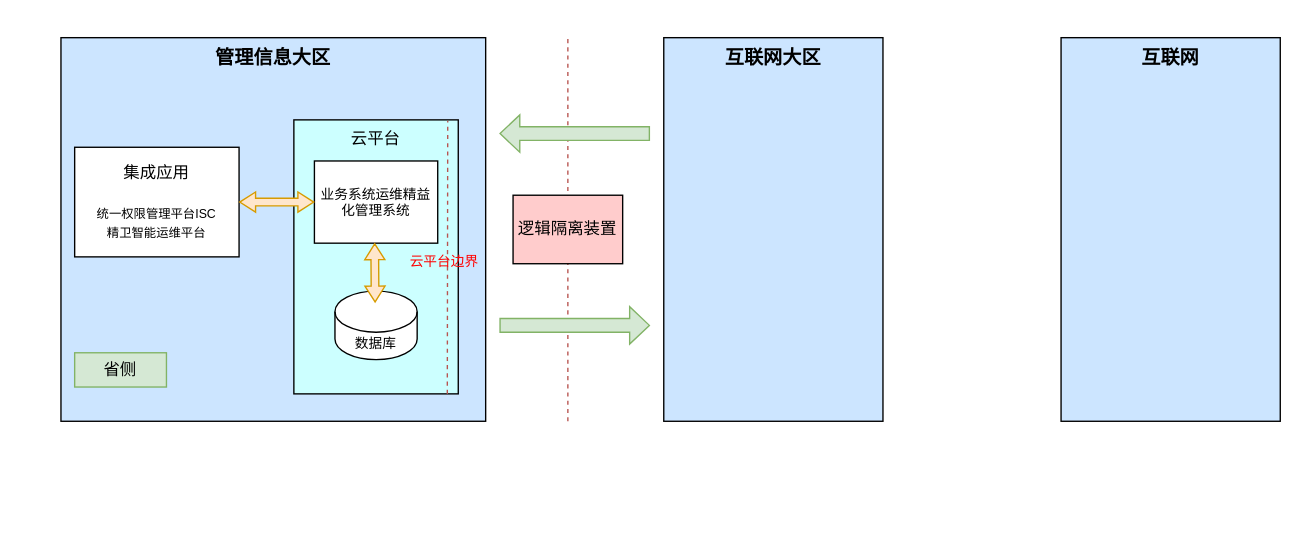
Before: 运维精益化部署架构图.drawio in diaosinanshen/draw, a draw.io diagram. Source tidied: cells renumbered, new cells numbered last; positions are measured from the earlier drawing's top-left corner, leaving out a move shared by most shapes. Both pictures are drawn from the tidied source at 137%, with x=0, y=0 at pixel (60, 37).
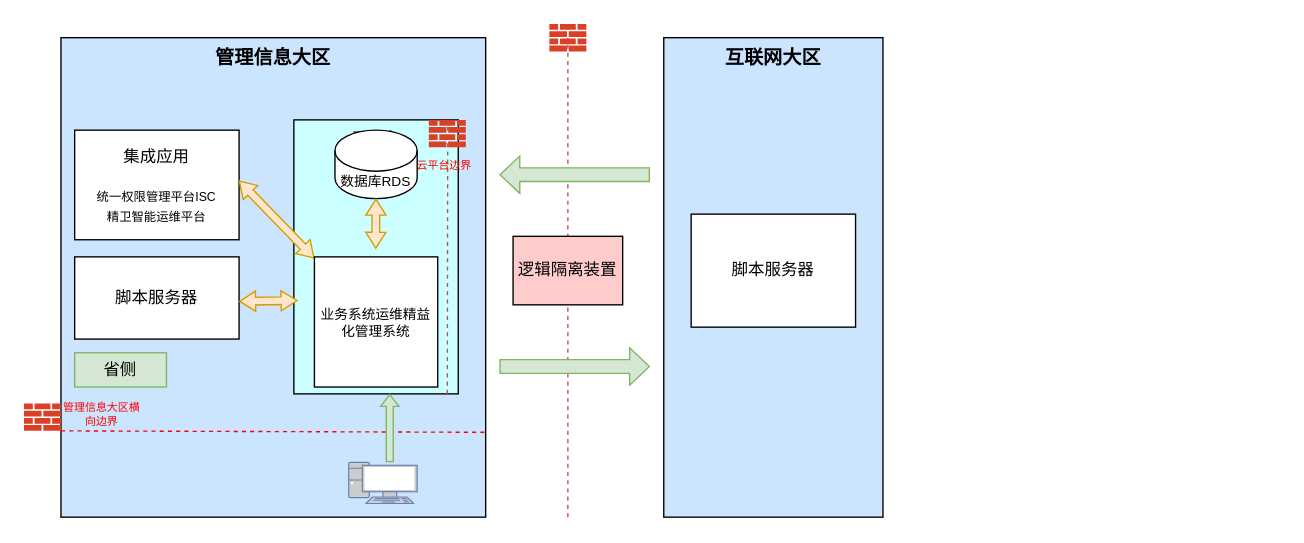
The same diagram, later.

Commit message (it also covers changes not shown here):
更新运维精益化部署架构图.drawio

Unchanged cells that the change refers to:
```xml
<mxCell id="9" value="云平台" style="rounded=0;whiteSpace=wrap;html=1;verticalAlign=top;fillColor=#CCFFFF;" parent="1" vertex="1">
  <mxGeometry x="170" y="60" width="120" height="200" as="geometry" />
</mxCell>
```

Change to the diagram source:
```diff
@@
     <mxCell id="2" style="endArrow=none;dashed=1;html=1;rounded=0;fillColor=#f8cecc;strokeColor=#b85450;" parent="1" edge="1">
       <mxGeometry relative="1" as="geometry">
-        <mxPoint x="370" y="280" as="sourcePoint" />
+        <mxPoint x="370" y="350" as="sourcePoint" />
         <mxPoint x="370" as="targetPoint" />
       </mxGeometry>
     </mxCell>
     <mxCell id="3" value="管理信息大区" style="rounded=0;whiteSpace=wrap;html=1;verticalAlign=top;fillColor=#CCE5FF;fontSize=14;fontStyle=1;" parent="1" vertex="1">
-      <mxGeometry width="310" height="280" as="geometry" />
+      <mxGeometry width="310" height="350" as="geometry" />
     </mxCell>
     <mxCell id="4" value="互联网大区" style="rounded=0;whiteSpace=wrap;html=1;fillColor=#CCE5FF;verticalAlign=top;fontSize=14;fontStyle=1;" parent="1" vertex="1">
-      <mxGeometry x="440" width="160" height="280" as="geometry" />
+      <mxGeometry x="440" width="160" height="350" as="geometry" />
     </mxCell>
-    <mxCell id="5" value="互联网" style="rounded=0;whiteSpace=wrap;html=1;fillColor=#CCE5FF;verticalAlign=top;fontSize=14;fontStyle=1;" parent="1" vertex="1">
-      <mxGeometry x="730" width="160" height="280" as="geometry" />
-    </mxCell>
     <mxCell id="6" style="shape=flexArrow;endArrow=classic;html=1;rounded=0;endWidth=16.27906976744186;endSize=4.465116279069767;fillColor=#d5e8d4;strokeColor=#82b366;" parent="1" edge="1">
       <mxGeometry relative="1" as="geometry">
-        <mxPoint x="320" y="210" as="sourcePoint" />
-        <mxPoint x="430" y="210" as="targetPoint" />
+        <mxPoint x="320" y="240" as="sourcePoint" />
+        <mxPoint x="430" y="240" as="targetPoint" />
       </mxGeometry>
     </mxCell>
     <mxCell id="7" style="shape=flexArrow;endArrow=classic;html=1;rounded=0;endWidth=16.27906976744186;endSize=4.465116279069767;fillColor=#d5e8d4;strokeColor=#82b366;" parent="1" edge="1">
       <mxGeometry relative="1" as="geometry">
-        <mxPoint x="430" y="70" as="sourcePoint" />
-        <mxPoint x="320" y="70" as="targetPoint" />
+        <mxPoint x="430" y="100" as="sourcePoint" />
+        <mxPoint x="320" y="100" as="targetPoint" />
       </mxGeometry>
     </mxCell>
     <mxCell id="8" value="逻辑隔离装置" style="rounded=0;whiteSpace=wrap;html=1;fillColor=#FFCCCC;" parent="1" vertex="1">
-      <mxGeometry x="330" y="115" width="80" height="50" as="geometry" />
+      <mxGeometry x="330" y="145" width="80" height="50" as="geometry" />
     </mxCell>
@@
-    <mxCell id="10" value="数据库" style="shape=cylinder3;whiteSpace=wrap;html=1;boundedLbl=1;backgroundOutline=1;size=15;fontSize=10;" parent="1" vertex="1">
-      <mxGeometry x="200" y="185" width="60" height="50" as="geometry" />
+    <mxCell id="10" value="数据库RDS" style="shape=cylinder3;whiteSpace=wrap;html=1;boundedLbl=1;backgroundOutline=1;size=15;fontSize=10;" parent="1" vertex="1">
+      <mxGeometry x="200" y="67.5" width="60" height="50" as="geometry" />
     </mxCell>
-    <mxCell id="11" value="&lt;p class=&quot;MsoNormal&quot;&gt;&lt;font style=&quot;&quot; face=&quot;Helvetica&quot;&gt;业务系统运维精益化管理系统&lt;/font&gt;&lt;/p&gt;" style="rounded=0;whiteSpace=wrap;html=1;fontSize=10;fontStyle=0;" parent="1" vertex="1">
-      <mxGeometry x="185" y="90" width="90" height="60" as="geometry" />
-    </mxCell>
-    <mxCell id="12" style="shape=flexArrow;endArrow=classic;startArrow=classic;html=1;rounded=0;width=5.5813953488372094;startSize=3.516279069767442;endWidth=8.101676581936182;endSize=3.516279069767442;startWidth=8.101676581936182;fillColor=#ffe6cc;strokeColor=#d79b00;" parent="1" edge="1">
-      <mxGeometry relative="1" as="geometry">
-        <mxPoint x="229.3" y="193.4" as="sourcePoint" />
-        <mxPoint x="229" y="150" as="targetPoint" />
-      </mxGeometry>
-    </mxCell>
     <mxCell id="13" value="集成应用&lt;div&gt;&lt;br&gt;&lt;/div&gt;&lt;div&gt;&lt;div&gt;&lt;font style=&quot;font-size: 9px;&quot;&gt;统一权限管理平台ISC&lt;/font&gt;&lt;/div&gt;&lt;div&gt;&lt;font style=&quot;font-size: 9px;&quot;&gt;精卫智能运维平台&lt;/font&gt;&lt;/div&gt;&lt;/div&gt;" style="rounded=0;whiteSpace=wrap;html=1;" parent="1" vertex="1">
-      <mxGeometry x="10" y="80" width="120" height="80" as="geometry" />
+      <mxGeometry x="10" y="67.5" width="120" height="80" as="geometry" />
     </mxCell>
-    <mxCell id="14" style="shape=flexArrow;endArrow=classic;startArrow=classic;html=1;rounded=0;width=5.5813953488372094;startSize=3.516279069767442;endWidth=8.101676581936182;endSize=3.516279069767442;startWidth=8.101676581936182;fillColor=#ffe6cc;strokeColor=#d79b00;entryX=0;entryY=0.5;entryDx=0;entryDy=0;exitX=1;exitY=0.5;exitDx=0;exitDy=0;" parent="1" edge="1" source="13" target="11">
-      <mxGeometry relative="1" as="geometry" />
-    </mxCell>
@@
-    <mxCell id="17" value="云平台边界" style="text;html=1;align=center;verticalAlign=middle;whiteSpace=wrap;rounded=0;fontColor=#FF0000;fontSize=10;" parent="1" vertex="1">
-      <mxGeometry x="250" y="150" width="60" height="25" as="geometry" />
+    <mxCell id="17" value="云平台边界" style="text;html=1;align=center;verticalAlign=middle;whiteSpace=wrap;rounded=0;fontColor=#FF0000;fontSize=8;" parent="1" vertex="1">
+      <mxGeometry x="250" y="80" width="60" height="25" as="geometry" />
     </mxCell>
+    <mxCell id="14" style="shape=flexArrow;endArrow=classic;startArrow=classic;html=1;rounded=0;width=5.5813953488372094;startSize=3.516279069767442;endWidth=8.101676581936182;endSize=3.516279069767442;startWidth=8.101676581936182;fillColor=#ffe6cc;strokeColor=#d79b00;exitX=0.999;exitY=0.461;exitDx=0;exitDy=0;exitPerimeter=0;" parent="1" edge="1" source="13" target="11">
+      <mxGeometry relative="1" as="geometry" />
+    </mxCell>
+    <mxCell id="18" value="脚本服务器" style="rounded=0;whiteSpace=wrap;html=1;" parent="1" vertex="1">
+      <mxGeometry x="10" y="160" width="120" height="60" as="geometry" />
+    </mxCell>
+    <mxCell id="19" style="sketch=0;shadow=0;dashed=0;html=1;strokeColor=none;labelPosition=center;verticalLabelPosition=bottom;verticalAlign=top;align=center;shape=mxgraph.office.concepts.firewall;fillColor=#DA4026;" parent="1" vertex="1">
+      <mxGeometry x="356.5" y="-10" width="27" height="20" as="geometry" />
+    </mxCell>
+    <mxCell id="20" style="sketch=0;shadow=0;dashed=0;html=1;strokeColor=none;labelPosition=center;verticalLabelPosition=bottom;verticalAlign=top;align=center;shape=mxgraph.office.concepts.firewall;fillColor=#DA4026;" parent="1" vertex="1">
+      <mxGeometry x="268.5" y="60" width="27" height="20" as="geometry" />
+    </mxCell>
+    <mxCell id="21" value="&lt;div&gt;&lt;span style=&quot;background-color: transparent; color: light-dark(rgb(0, 0, 0), rgb(255, 255, 255));&quot;&gt;脚本服务器&lt;/span&gt;&lt;/div&gt;" style="rounded=0;whiteSpace=wrap;html=1;" parent="1" vertex="1">
+      <mxGeometry x="460" y="128.8" width="120" height="82.5" as="geometry" />
+    </mxCell>
+    <mxCell id="22" style="shape=flexArrow;endArrow=classic;startArrow=classic;html=1;rounded=0;width=5.5813953488372094;startSize=3.516279069767442;endWidth=8.101676581936182;endSize=3.516279069767442;startWidth=8.101676581936182;fillColor=#ffe6cc;strokeColor=#d79b00;entryX=0.023;entryY=0.659;entryDx=0;entryDy=0;entryPerimeter=0;" parent="1" edge="1" target="9">
+      <mxGeometry relative="1" as="geometry">
+        <mxPoint x="130" y="192.5" as="sourcePoint" />
+      </mxGeometry>
+    </mxCell>
+    <mxCell id="23" style="sketch=0;shadow=0;dashed=0;html=1;strokeColor=none;labelPosition=center;verticalLabelPosition=bottom;verticalAlign=top;align=center;shape=mxgraph.office.concepts.firewall;fillColor=#DA4026;" parent="1" vertex="1">
+      <mxGeometry x="-27" y="267" width="27" height="20" as="geometry" />
+    </mxCell>
+    <mxCell id="24" value="管理信息大区横向边界" style="text;html=1;align=center;verticalAlign=middle;whiteSpace=wrap;rounded=0;fontColor=#FF0000;fontSize=8;" parent="1" vertex="1">
+      <mxGeometry y="262" width="60" height="25" as="geometry" />
+    </mxCell>
+    <mxCell id="25" style="shape=flexArrow;endArrow=classic;startArrow=classic;html=1;rounded=0;width=5.5813953488372094;startSize=3.516279069767442;endWidth=8.101676581936182;endSize=3.516279069767442;startWidth=8.101676581936182;fillColor=#ffe6cc;strokeColor=#d79b00;" parent="1" edge="1">
+      <mxGeometry relative="1" as="geometry">
+        <mxPoint x="229.9" y="117.5" as="sourcePoint" />
+        <mxPoint x="229.8" y="154.1" as="targetPoint" />
+      </mxGeometry>
+    </mxCell>
+    <mxCell id="11" value="&lt;p class=&quot;MsoNormal&quot;&gt;&lt;font style=&quot;&quot; face=&quot;Helvetica&quot;&gt;业务系统运维精益化管理系统&lt;/font&gt;&lt;/p&gt;" style="rounded=0;whiteSpace=wrap;html=1;fontSize=10;fontStyle=0;" parent="1" vertex="1">
+      <mxGeometry x="185" y="160" width="90" height="95" as="geometry" />
+    </mxCell>
+    <mxCell id="26" style="endArrow=none;dashed=1;html=1;rounded=0;exitX=0.997;exitY=0.823;exitDx=0;exitDy=0;exitPerimeter=0;entryX=0;entryY=1;entryDx=0;entryDy=0;strokeColor=#FF0000;" parent="1" edge="1" source="3" target="24">
+      <mxGeometry relative="1" as="geometry" />
+    </mxCell>
+    <mxCell id="27" style="fontColor=#0066CC;verticalAlign=top;verticalLabelPosition=bottom;labelPosition=center;align=center;html=1;fillColor=#CCCCCC;strokeColor=#6881B3;gradientColor=none;gradientDirection=north;strokeWidth=2;shape=mxgraph.networks.pc;" parent="1" vertex="1">
+      <mxGeometry x="210" y="310" width="50" height="30" as="geometry" />
+    </mxCell>
+    <mxCell id="28" style="shape=flexArrow;endArrow=classic;html=1;rounded=0;width=5.066666666666666;endSize=2.552;endWidth=7.182222222222222;fillColor=#d5e8d4;strokeColor=#82b366;" parent="1" edge="1">
+      <mxGeometry relative="1" as="geometry">
+        <mxPoint x="240" y="310" as="sourcePoint" />
+        <mxPoint x="240" y="260" as="targetPoint" />
+      </mxGeometry>
+    </mxCell>
```
